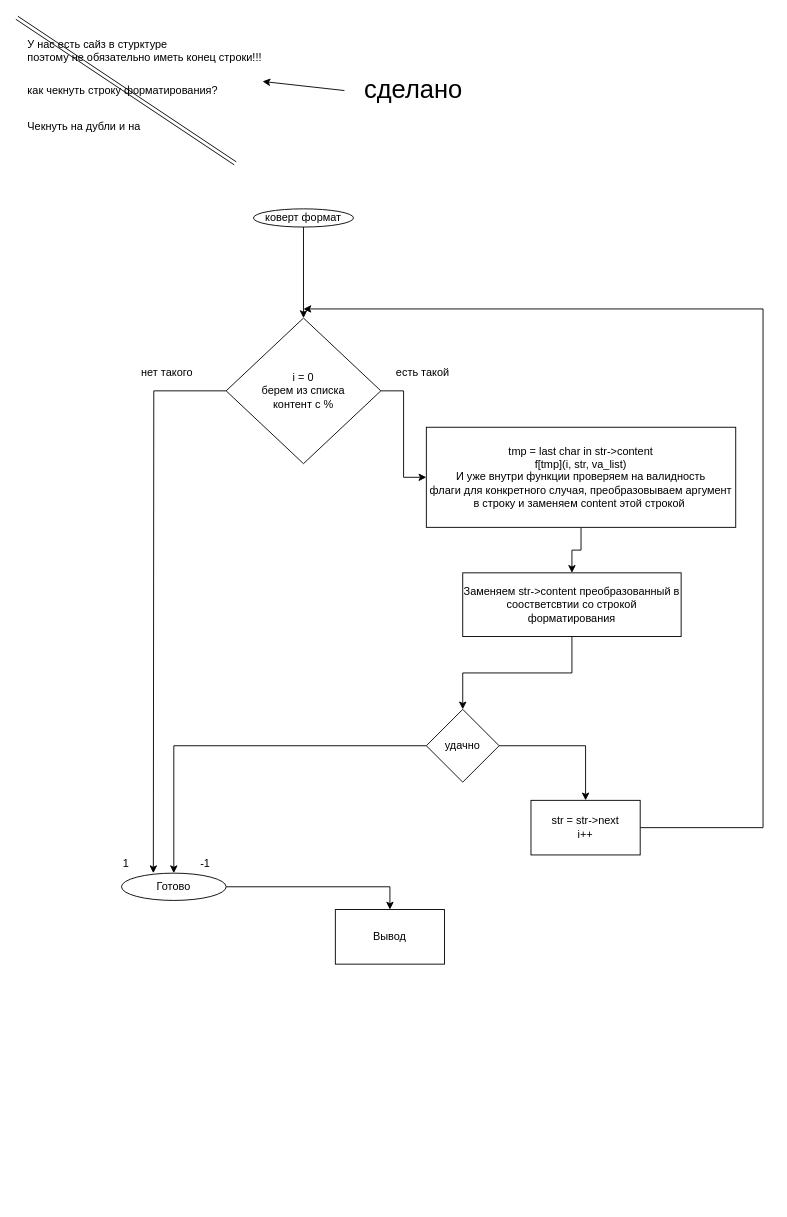
Before: page "Строка форматирования" (5 of 6) of thougths.drawio in vlukjanenko/ft_printf, a draw.io diagram. Source tidied: cells renumbered, new cells numbered last; positions are measured from the earlier drawing's top-left corner, leaving out a move shared by most shapes. Both pictures are drawn from the tidied source at 91%, with x=0, y=0 at pixel (16, 17).
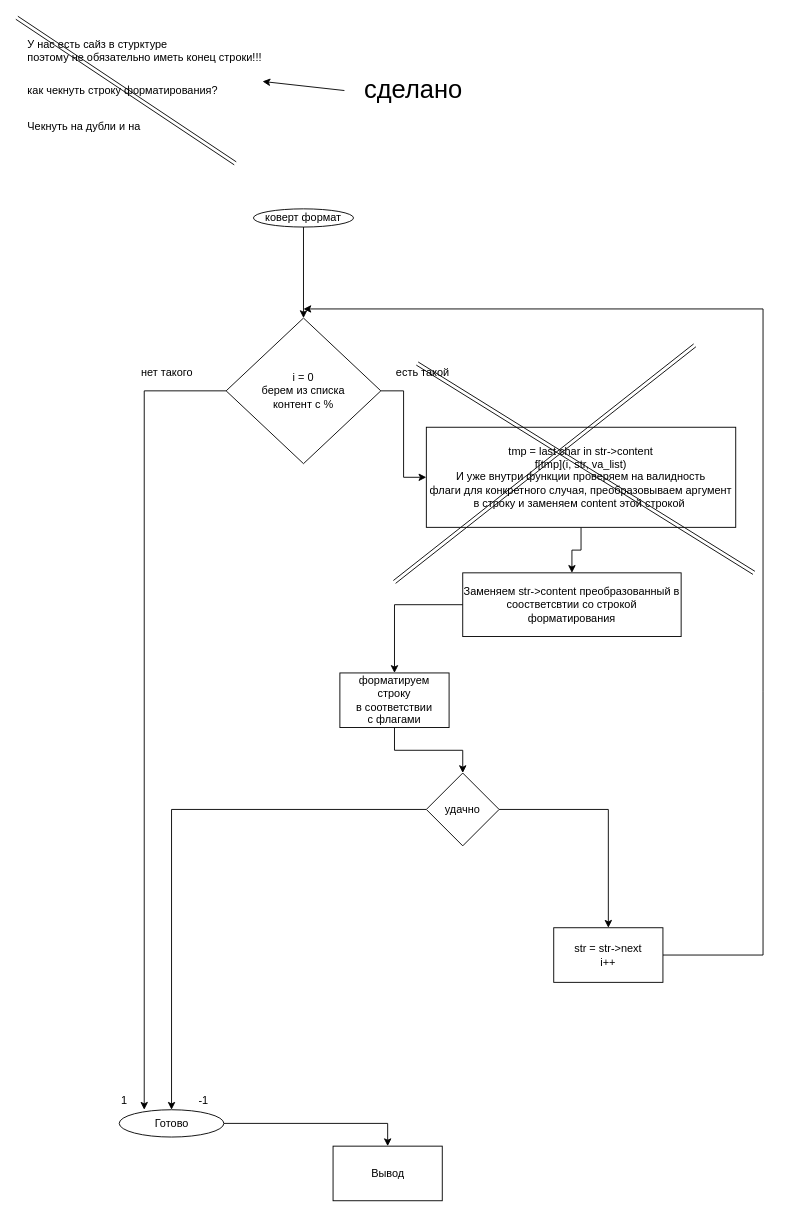
The same page after the edit.

Unchanged cells that the change refers to:
```xml
<mxCell id="12" value="i = 0&lt;br&gt;берем из списка&lt;br&gt;контент с %" style="rhombus;whiteSpace=wrap;html=1;" parent="1" vertex="1">
  <mxGeometry x="230" y="330" width="170" height="160" as="geometry" />
</mxCell>
<mxCell id="27" value="Заменяем str-&amp;gt;content преобразованный в соостветсвтии со строкой форматирования" style="rounded=0;whiteSpace=wrap;html=1;" parent="1" vertex="1">
  <mxGeometry x="490" y="610" width="240" height="70" as="geometry" />
</mxCell>
```

The edit, as a diff of the source:
```diff
@@
-    <mxCell id="11" style="edgeStyle=orthogonalEdgeStyle;rounded=0;jettySize=auto;html=1;" parent="1" edge="1" source="12">
-      <mxGeometry relative="1" as="geometry">
-        <mxPoint x="150" y="940" as="targetPoint" />
-      </mxGeometry>
+    <mxCell id="11" style="edgeStyle=orthogonalEdgeStyle;rounded=0;jettySize=auto;html=1;entryX=0.239;entryY=0;entryDx=0;entryDy=0;entryPerimeter=0;" parent="1" edge="1" source="12" target="23">
+      <mxGeometry relative="1" as="geometry" />
     </mxCell>
@@
     <mxCell id="18" value="str = str-&amp;gt;next&lt;br&gt;i++" style="rounded=0;whiteSpace=wrap;html=1;" parent="1" vertex="1">
-      <mxGeometry x="565" y="860" width="120" height="60" as="geometry" />
+      <mxGeometry x="590" y="1000" width="120" height="60" as="geometry" />
     </mxCell>
@@
-    <mxCell id="20" style="edgeStyle=orthogonalEdgeStyle;rounded=0;jettySize=auto;html=1;" parent="1" edge="1" source="21" target="23">
-      <mxGeometry relative="1" as="geometry" />
+    <mxCell id="20" style="edgeStyle=orthogonalEdgeStyle;rounded=0;jettySize=auto;html=1;exitX=0;exitY=0.5;exitDx=0;exitDy=0;" parent="1" edge="1" source="21" target="23">
+      <mxGeometry relative="1" as="geometry">
+        <Array as="points">
+          <mxPoint x="170" y="870" />
+        </Array>
+      </mxGeometry>
     </mxCell>
     <mxCell id="21" value="удачно" style="rhombus;whiteSpace=wrap;html=1;" parent="1" vertex="1">
-      <mxGeometry x="450" y="760" width="80" height="80" as="geometry" />
+      <mxGeometry x="450" y="830" width="80" height="80" as="geometry" />
     </mxCell>
@@
     <mxCell id="23" value="Готово" style="ellipse;whiteSpace=wrap;html=1;" parent="1" vertex="1">
-      <mxGeometry x="115" y="940" width="115" height="30" as="geometry" />
+      <mxGeometry x="112.5" y="1200" width="115" height="30" as="geometry" />
     </mxCell>
     <mxCell id="24" value="1" style="text;html=1;align=left;verticalAlign=top;spacingTop=-4;" parent="1" vertex="1">
-      <mxGeometry x="115" y="920" width="20" height="20" as="geometry" />
+      <mxGeometry x="112.5" y="1180" width="20" height="20" as="geometry" />
     </mxCell>
     <mxCell id="25" value="-1" style="text;html=1;align=left;verticalAlign=top;spacingTop=-4;" parent="1" vertex="1">
-      <mxGeometry x="200" y="920" width="30" height="20" as="geometry" />
+      <mxGeometry x="197.5" y="1180" width="30" height="20" as="geometry" />
     </mxCell>
-    <mxCell id="26" style="edgeStyle=orthogonalEdgeStyle;rounded=0;jettySize=auto;html=1;entryX=0.5;entryY=0;entryDx=0;entryDy=0;" parent="1" edge="1" source="27" target="21">
-      <mxGeometry relative="1" as="geometry" />
-    </mxCell>
@@
     <mxCell id="28" value="Вывод" style="rounded=0;whiteSpace=wrap;html=1;" parent="1" vertex="1">
-      <mxGeometry x="350" y="980" width="120" height="60" as="geometry" />
+      <mxGeometry x="347.5" y="1240" width="120" height="60" as="geometry" />
     </mxCell>
+    <mxCell id="29" style="shape=link;html=1;" parent="1" edge="1">
+      <mxGeometry relative="1" as="geometry">
+        <mxPoint x="440" y="380" as="sourcePoint" />
+        <mxPoint x="810" y="610" as="targetPoint" />
+      </mxGeometry>
+    </mxCell>
+    <mxCell id="30" style="shape=link;html=1;" parent="1" edge="1">
+      <mxGeometry relative="1" as="geometry">
+        <mxPoint x="745" y="360" as="sourcePoint" />
+        <mxPoint x="415" y="620" as="targetPoint" />
+      </mxGeometry>
+    </mxCell>
+    <mxCell id="31" style="edgeStyle=orthogonalEdgeStyle;rounded=0;jettySize=auto;html=1;" parent="1" edge="1" source="32" target="21">
+      <mxGeometry relative="1" as="geometry" />
+    </mxCell>
+    <mxCell id="32" value="форматируем&lt;br&gt;строку&lt;br&gt;в соответствии&lt;br&gt;с флагами" style="rounded=0;whiteSpace=wrap;html=1;" parent="1" vertex="1">
+      <mxGeometry x="355" y="720" width="120" height="60" as="geometry" />
+    </mxCell>
+    <mxCell id="33" style="edgeStyle=orthogonalEdgeStyle;rounded=0;jettySize=auto;html=1;entryX=0.5;entryY=0;entryDx=0;entryDy=0;" parent="1" edge="1" source="27" target="32">
+      <mxGeometry relative="1" as="geometry" />
+    </mxCell>
```
